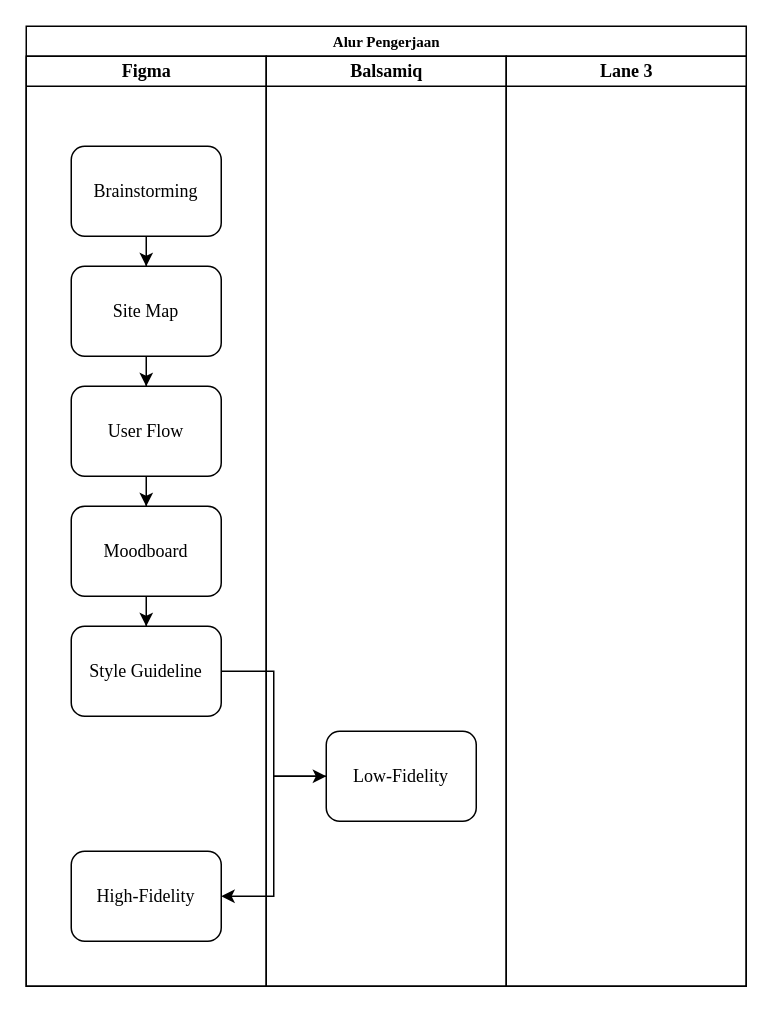
AhmadUbaidillah12/internship keeps this draw.io diagram as Untitled Diagram.drawio. Above is the earlier version. Source tidied: cells renumbered, new cells numbered last; positions are measured from the earlier drawing's top-left corner, leaving out a move shared by most shapes. Both pictures are drawn from the tidied source at 150%, with x=0, y=0 at pixel (26, 26).
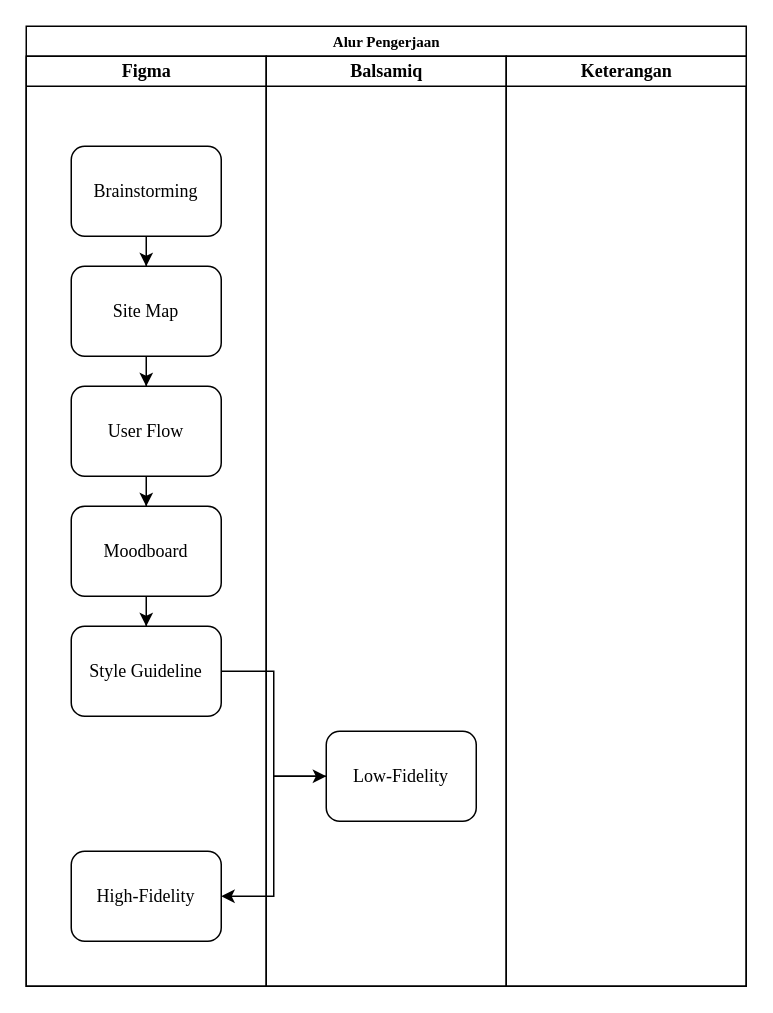
The same page after the edit.

The change refers to these unchanged cells:
```xml
<mxCell id="2" value="Alur Pengerjaan" style="swimlane;html=1;startSize=20;rounded=0;shadow=0;labelBackgroundColor=none;strokeWidth=1;fontFamily=Times New Roman;fontSize=10;align=center;" parent="1" vertex="1">
  <mxGeometry width="480" height="640" as="geometry" />
</mxCell>
```

Change to the diagram source:
```diff
@@
-    <mxCell id="20" value="Lane 3" style="swimlane;html=1;startSize=20;fontFamily=Times New Roman;" parent="2" vertex="1">
+    <mxCell id="20" value="Keterangan" style="swimlane;html=1;startSize=20;fontFamily=Times New Roman;" parent="2" vertex="1">
       <mxGeometry x="320" y="20" width="160" height="620" as="geometry" />
     </mxCell>
```
